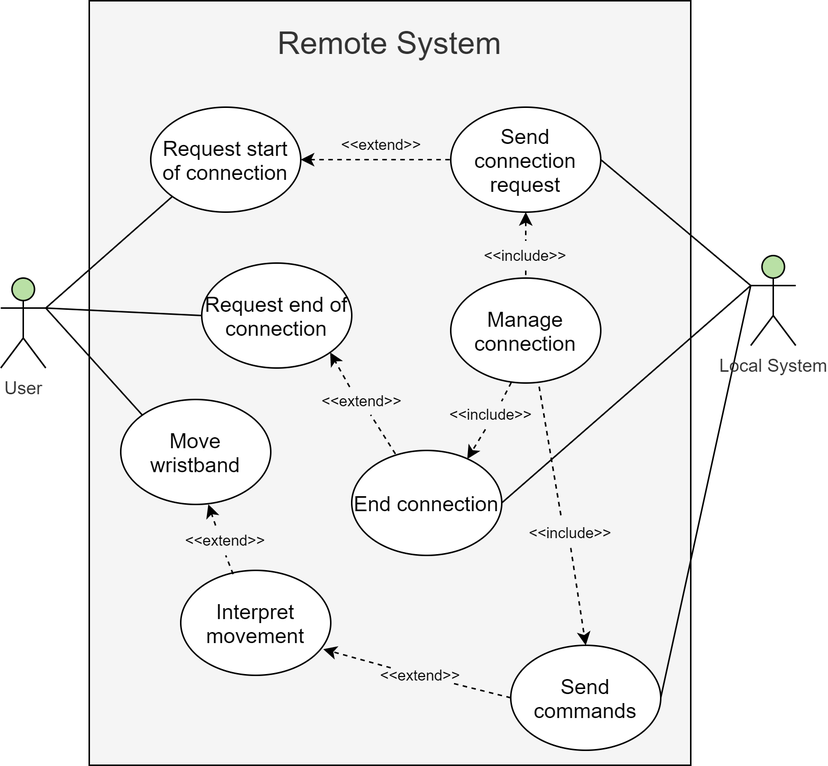
This is 2. Analysis/5. System Analysis/Remote/Use Case/use_case_remote.png from esrg-silent-howl/zephyrus, a draw.io export, as it was before one commit. Source tidied: cells renumbered, new cells last; positions are measured from the earlier drawing's top-left corner, leaving out a move shared by most shapes.
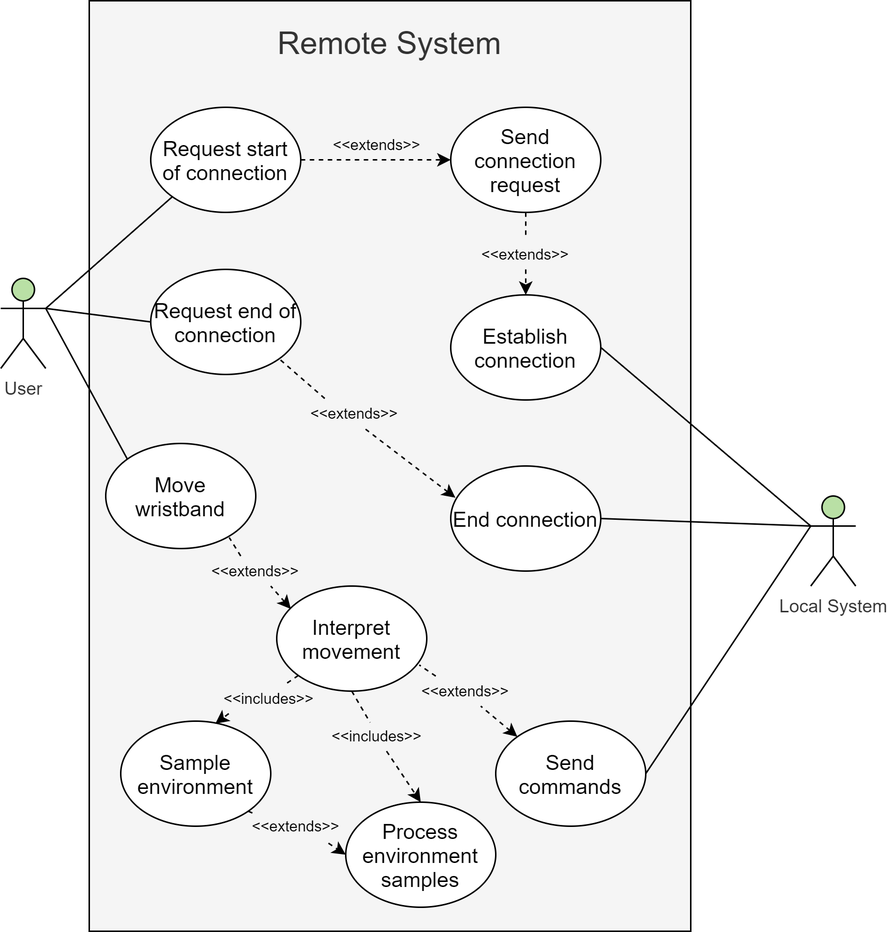
The same diagram one commit later.

Commit message:
FIX: Corrections made to the Use Case diagrams

Diff of the diagram source:
```diff
@@ -3,7 +3,7 @@
     <mxCell id="0" />
     <mxCell id="1" parent="0" />
     <mxCell id="2" value="Remote System" style="rounded=0;whiteSpace=wrap;html=1;fontSize=21;verticalAlign=top;spacingTop=9;fillColor=#f5f5f5;fontColor=#333333;" parent="1" vertex="1">
-      <mxGeometry x="59" width="401" height="510" as="geometry" />
+      <mxGeometry x="59" width="401" height="620" as="geometry" />
     </mxCell>
     <mxCell id="3" style="rounded=0;jettySize=auto;html=1;exitX=1;exitY=0.3333333333333333;exitDx=0;exitDy=0;exitPerimeter=0;fontSize=14;endArrow=none;endFill=0;entryX=0;entryY=1;entryDx=0;entryDy=0;" parent="1" edge="1" source="6" target="8">
       <mxGeometry relative="1" as="geometry" />
@@ -17,101 +17,118 @@
     <mxCell id="6" value="User" style="shape=umlActor;verticalLabelPosition=bottom;verticalAlign=top;html=1;outlineConnect=0;fontColor=#333333;fillColor=#B9E0A5;" parent="1" vertex="1">
       <mxGeometry y="185" width="30" height="60" as="geometry" />
     </mxCell>
-    <mxCell id="7" style="rounded=0;jettySize=auto;html=1;entryX=0;entryY=0.5;entryDx=0;entryDy=0;dashed=1;endArrow=none;endFill=0;startArrow=classic;startFill=1;" parent="1" edge="1" source="8" target="11">
+    <mxCell id="7" style="rounded=0;jettySize=auto;html=1;entryX=0;entryY=0.5;entryDx=0;entryDy=0;dashed=1;endArrow=classic;endFill=1;startArrow=none;startFill=0;" parent="1" edge="1" source="8" target="11">
       <mxGeometry relative="1" as="geometry" />
     </mxCell>
     <mxCell id="8" value="Request start of connection" style="ellipse;whiteSpace=wrap;html=1;fontSize=14;" parent="1" vertex="1">
       <mxGeometry x="100" y="71" width="100" height="70" as="geometry" />
     </mxCell>
-    <mxCell id="9" style="rounded=0;jettySize=auto;html=1;entryX=0.5;entryY=0;entryDx=0;entryDy=0;dashed=1;startArrow=none;startFill=0;endArrow=none;endFill=0;" parent="1" edge="1" source="21" target="14">
-      <mxGeometry relative="1" as="geometry" />
-    </mxCell>
-    <mxCell id="10" style="edgeStyle=none;rounded=0;jettySize=auto;html=1;exitX=1;exitY=0.5;exitDx=0;exitDy=0;entryX=0;entryY=0.3333333333333333;entryDx=0;entryDy=0;entryPerimeter=0;startArrow=none;startFill=0;endArrow=none;endFill=0;" parent="1" edge="1" source="11" target="18">
+    <mxCell id="10" style="edgeStyle=none;rounded=0;jettySize=auto;html=1;exitX=1;exitY=0.5;exitDx=0;exitDy=0;entryX=0;entryY=0.3333333333333333;entryDx=0;entryDy=0;entryPerimeter=0;startArrow=none;startFill=0;endArrow=none;endFill=0;" parent="1" edge="1" source="42" target="18">
       <mxGeometry relative="1" as="geometry" />
     </mxCell>
+    <mxCell id="39" style="rounded=0;jettySize=auto;html=1;entryX=0.5;entryY=0;entryDx=0;entryDy=0;dashed=1;" parent="1" edge="1" source="43" target="42">
+      <mxGeometry relative="1" as="geometry" />
+    </mxCell>
     <mxCell id="11" value="Send connection request" style="ellipse;whiteSpace=wrap;html=1;fontSize=14;" parent="1" vertex="1">
       <mxGeometry x="300" y="71" width="100" height="70" as="geometry" />
     </mxCell>
-    <mxCell id="12" style="edgeStyle=none;rounded=0;jettySize=auto;html=1;exitX=0.5;exitY=1;exitDx=0;exitDy=0;entryX=0.5;entryY=0;entryDx=0;entryDy=0;dashed=1;startArrow=none;startFill=0;endArrow=classic;endFill=1;" parent="1" edge="1" source="19" target="17">
-      <mxGeometry relative="1" as="geometry" />
-    </mxCell>
-    <mxCell id="13" style="edgeStyle=none;rounded=0;jettySize=auto;html=1;exitX=0.403;exitY=0.996;exitDx=0;exitDy=0;entryX=0.77;entryY=0.082;entryDx=0;entryDy=0;dashed=1;startArrow=none;startFill=0;endArrow=classic;endFill=1;exitPerimeter=0;entryPerimeter=0;" parent="1" edge="1" source="35" target="34">
-      <mxGeometry relative="1" as="geometry" />
-    </mxCell>
-    <mxCell id="14" value="Manage connection" style="ellipse;whiteSpace=wrap;html=1;fontSize=14;" parent="1" vertex="1">
-      <mxGeometry x="300" y="185" width="100" height="70" as="geometry" />
-    </mxCell>
     <mxCell id="15" style="edgeStyle=none;rounded=0;jettySize=auto;html=1;exitX=1;exitY=0.5;exitDx=0;exitDy=0;entryX=0;entryY=0.3333333333333333;entryDx=0;entryDy=0;entryPerimeter=0;endArrow=none;endFill=0;" parent="1" edge="1" source="17" target="18">
       <mxGeometry relative="1" as="geometry" />
     </mxCell>
-    <mxCell id="16" style="edgeStyle=none;rounded=0;jettySize=auto;html=1;exitX=0;exitY=0.25;exitDx=0;exitDy=0;entryX=0.95;entryY=0.751;entryDx=0;entryDy=0;startArrow=none;startFill=0;endArrow=classic;endFill=1;dashed=1;entryPerimeter=0;" parent="1" edge="1" source="27" target="26">
+    <mxCell id="16" style="edgeStyle=none;rounded=0;jettySize=auto;html=1;exitX=0;exitY=0;exitDx=0;exitDy=0;entryX=0.95;entryY=0.751;entryDx=0;entryDy=0;startArrow=none;startFill=0;endArrow=none;endFill=0;dashed=1;entryPerimeter=0;" parent="1" edge="1" source="27" target="26">
       <mxGeometry relative="1" as="geometry" />
     </mxCell>
     <mxCell id="17" value="Send commands" style="ellipse;whiteSpace=wrap;html=1;fontSize=14;" parent="1" vertex="1">
-      <mxGeometry x="340" y="430" width="100" height="70" as="geometry" />
+      <mxGeometry x="330" y="480" width="100" height="70" as="geometry" />
     </mxCell>
     <mxCell id="18" value="Local System" style="shape=umlActor;verticalLabelPosition=bottom;verticalAlign=top;html=1;outlineConnect=0;fontColor=#333333;fillColor=#B9E0A5;" parent="1" vertex="1">
-      <mxGeometry x="500" y="170" width="30" height="60" as="geometry" />
+      <mxGeometry x="540" y="330" width="30" height="60" as="geometry" />
     </mxCell>
-    <mxCell id="19" value="&amp;lt;&amp;lt;include&amp;gt;&amp;gt;" style="text;html=1;strokeColor=none;fillColor=none;align=center;verticalAlign=middle;whiteSpace=wrap;rounded=0;fontSize=10;rotation=0;" parent="1" vertex="1">
-      <mxGeometry x="360" y="345" width="40" height="20" as="geometry" />
-    </mxCell>
-    <mxCell id="20" style="edgeStyle=none;rounded=0;jettySize=auto;html=1;exitX=0.589;exitY=1.035;exitDx=0;exitDy=0;entryX=0.342;entryY=0;entryDx=0;entryDy=0;dashed=1;startArrow=none;startFill=0;endArrow=none;endFill=0;entryPerimeter=0;exitPerimeter=0;" parent="1" edge="1" source="14" target="19">
-      <mxGeometry relative="1" as="geometry" />
-    </mxCell>
-    <mxCell id="21" value="&amp;lt;&amp;lt;include&amp;gt;&amp;gt;" style="text;html=1;strokeColor=none;fillColor=none;align=center;verticalAlign=middle;whiteSpace=wrap;rounded=0;fontSize=10;rotation=0;" parent="1" vertex="1">
-      <mxGeometry x="330" y="160" width="40" height="20" as="geometry" />
-    </mxCell>
-    <mxCell id="22" style="rounded=0;jettySize=auto;html=1;entryX=0.5;entryY=0;entryDx=0;entryDy=0;dashed=1;startArrow=classic;startFill=1;endArrow=none;endFill=0;" parent="1" edge="1" source="11" target="21">
-      <mxGeometry relative="1" as="geometry" />
-    </mxCell>
-    <mxCell id="23" value="&amp;lt;&amp;lt;extend&amp;gt;&amp;gt;" style="text;html=1;strokeColor=none;fillColor=none;align=center;verticalAlign=middle;whiteSpace=wrap;rounded=0;fontSize=10;rotation=0;" parent="1" vertex="1">
-      <mxGeometry x="234" y="86" width="40" height="20" as="geometry" />
+    <mxCell id="23" value="&amp;lt;&amp;lt;extends&amp;gt;&amp;gt;" style="text;html=1;strokeColor=none;fillColor=none;align=center;verticalAlign=middle;whiteSpace=wrap;rounded=0;fontSize=10;rotation=0;" parent="1" vertex="1">
+      <mxGeometry x="230.5" y="86" width="40" height="20" as="geometry" />
     </mxCell>
     <mxCell id="24" value="Move wristband" style="ellipse;whiteSpace=wrap;html=1;fontSize=14;" parent="1" vertex="1">
-      <mxGeometry x="80" y="266" width="100" height="70" as="geometry" />
+      <mxGeometry x="70" y="295" width="100" height="70" as="geometry" />
     </mxCell>
-    <mxCell id="25" style="edgeStyle=none;rounded=0;jettySize=auto;html=1;exitX=0.331;exitY=0.004;exitDx=0;exitDy=0;entryX=0.584;entryY=0.999;entryDx=0;entryDy=0;entryPerimeter=0;dashed=1;startArrow=none;startFill=0;endArrow=classic;endFill=1;exitPerimeter=0;" parent="1" edge="1" source="29" target="24">
+    <mxCell id="25" style="edgeStyle=none;rounded=0;jettySize=auto;html=1;exitX=0.25;exitY=0;exitDx=0;exitDy=0;entryX=0.823;entryY=0.895;entryDx=0;entryDy=0;entryPerimeter=0;dashed=1;startArrow=none;startFill=0;endArrow=none;endFill=0;" parent="1" edge="1" source="29" target="24">
       <mxGeometry relative="1" as="geometry" />
     </mxCell>
+    <mxCell id="40" style="edgeStyle=none;rounded=0;jettySize=auto;html=1;entryX=0.5;entryY=0;entryDx=0;entryDy=0;dashed=1;startArrow=none;startFill=0;endArrow=classic;endFill=1;" parent="1" edge="1" source="48" target="47">
+      <mxGeometry relative="1" as="geometry" />
+    </mxCell>
+    <mxCell id="41" style="edgeStyle=none;rounded=0;jettySize=auto;html=1;exitX=0;exitY=1;exitDx=0;exitDy=0;entryX=0.631;entryY=0.024;entryDx=0;entryDy=0;entryPerimeter=0;dashed=1;startArrow=none;startFill=0;endArrow=classic;endFill=1;" parent="1" edge="1" source="52" target="46">
+      <mxGeometry relative="1" as="geometry" />
+    </mxCell>
     <mxCell id="26" value="Interpret movement" style="ellipse;whiteSpace=wrap;html=1;fontSize=14;" parent="1" vertex="1">
-      <mxGeometry x="120" y="380" width="100" height="70" as="geometry" />
+      <mxGeometry x="184" y="390" width="100" height="70" as="geometry" />
     </mxCell>
-    <mxCell id="27" value="&amp;lt;&amp;lt;extend&amp;gt;&amp;gt;" style="text;html=1;strokeColor=none;fillColor=none;align=center;verticalAlign=middle;whiteSpace=wrap;rounded=0;fontSize=10;rotation=0;" parent="1" vertex="1">
-      <mxGeometry x="260" y="440" width="40" height="20" as="geometry" />
+    <mxCell id="27" value="&amp;lt;&amp;lt;extends&amp;gt;&amp;gt;" style="text;html=1;strokeColor=none;fillColor=none;align=center;verticalAlign=middle;whiteSpace=wrap;rounded=0;fontSize=10;rotation=0;" parent="1" vertex="1">
+      <mxGeometry x="290" y="450" width="40" height="20" as="geometry" />
     </mxCell>
-    <mxCell id="28" style="edgeStyle=none;rounded=0;jettySize=auto;html=1;exitX=0;exitY=0.5;exitDx=0;exitDy=0;entryX=1;entryY=0.75;entryDx=0;entryDy=0;startArrow=none;startFill=0;endArrow=none;endFill=0;dashed=1;" parent="1" edge="1" source="17" target="27">
+    <mxCell id="28" style="edgeStyle=none;rounded=0;jettySize=auto;html=1;exitX=0;exitY=0;exitDx=0;exitDy=0;startArrow=classic;startFill=1;endArrow=none;endFill=0;dashed=1;entryX=0.75;entryY=1;entryDx=0;entryDy=0;" parent="1" edge="1" source="17" target="27">
       <mxGeometry relative="1" as="geometry" />
     </mxCell>
-    <mxCell id="29" value="&amp;lt;&amp;lt;extend&amp;gt;&amp;gt;" style="text;html=1;strokeColor=none;fillColor=none;align=center;verticalAlign=middle;whiteSpace=wrap;rounded=0;fontSize=10;rotation=0;" parent="1" vertex="1">
-      <mxGeometry x="130" y="350" width="40" height="20" as="geometry" />
+    <mxCell id="29" value="&amp;lt;&amp;lt;extends&amp;gt;&amp;gt;" style="text;html=1;strokeColor=none;fillColor=none;align=center;verticalAlign=middle;whiteSpace=wrap;rounded=0;fontSize=10;rotation=0;" parent="1" vertex="1">
+      <mxGeometry x="150" y="370" width="40" height="20" as="geometry" />
     </mxCell>
-    <mxCell id="30" style="edgeStyle=none;rounded=0;jettySize=auto;html=1;exitX=0.349;exitY=0.036;exitDx=0;exitDy=0;entryX=0.5;entryY=1;entryDx=0;entryDy=0;dashed=1;startArrow=none;startFill=0;endArrow=none;endFill=0;exitPerimeter=0;" parent="1" edge="1" source="26" target="29">
+    <mxCell id="30" style="edgeStyle=none;rounded=0;jettySize=auto;html=1;exitX=0.094;exitY=0.218;exitDx=0;exitDy=0;entryX=0.75;entryY=1;entryDx=0;entryDy=0;dashed=1;startArrow=classic;startFill=1;endArrow=none;endFill=0;exitPerimeter=0;" parent="1" edge="1" source="26" target="29">
       <mxGeometry relative="1" as="geometry" />
     </mxCell>
     <mxCell id="31" value="Request end of connection" style="ellipse;whiteSpace=wrap;html=1;fontSize=14;" parent="1" vertex="1">
-      <mxGeometry x="134" y="175" width="100" height="70" as="geometry" />
+      <mxGeometry x="100" y="179" width="100" height="70" as="geometry" />
     </mxCell>
-    <mxCell id="32" style="edgeStyle=none;rounded=0;jettySize=auto;html=1;exitX=0.291;exitY=0.033;exitDx=0;exitDy=0;entryX=1;entryY=1;entryDx=0;entryDy=0;startArrow=none;startFill=0;endArrow=classic;endFill=1;dashed=1;exitPerimeter=0;" parent="1" edge="1" source="37" target="31">
+    <mxCell id="32" style="edgeStyle=none;rounded=0;jettySize=auto;html=1;exitX=0;exitY=0;exitDx=0;exitDy=0;entryX=1;entryY=1;entryDx=0;entryDy=0;startArrow=none;startFill=0;endArrow=none;endFill=0;dashed=1;" parent="1" edge="1" source="37" target="31">
       <mxGeometry relative="1" as="geometry" />
     </mxCell>
     <mxCell id="33" style="edgeStyle=none;rounded=0;jettySize=auto;html=1;exitX=1;exitY=0.5;exitDx=0;exitDy=0;entryX=0;entryY=0.3333333333333333;entryDx=0;entryDy=0;entryPerimeter=0;startArrow=none;startFill=0;endArrow=none;endFill=0;" parent="1" edge="1" source="34" target="18">
       <mxGeometry relative="1" as="geometry" />
     </mxCell>
     <mxCell id="34" value="End connection" style="ellipse;whiteSpace=wrap;html=1;fontSize=14;" parent="1" vertex="1">
-      <mxGeometry x="234" y="300" width="100" height="70" as="geometry" />
+      <mxGeometry x="300" y="310" width="100" height="70" as="geometry" />
     </mxCell>
-    <mxCell id="35" value="&amp;lt;&amp;lt;include&amp;gt;&amp;gt;" style="text;html=1;strokeColor=none;fillColor=none;align=center;verticalAlign=middle;whiteSpace=wrap;rounded=0;fontSize=10;rotation=0;" parent="1" vertex="1">
-      <mxGeometry x="307" y="266" width="40" height="20" as="geometry" />
-    </mxCell>
-    <mxCell id="36" style="edgeStyle=none;rounded=0;jettySize=auto;html=1;exitX=0.403;exitY=0.996;exitDx=0;exitDy=0;entryX=0.673;entryY=0.058;entryDx=0;entryDy=0;dashed=1;startArrow=none;startFill=0;endArrow=none;endFill=0;exitPerimeter=0;entryPerimeter=0;" parent="1" edge="1" source="14" target="35">
-      <mxGeometry relative="1" as="geometry" />
-    </mxCell>
-    <mxCell id="37" value="&amp;lt;&amp;lt;extend&amp;gt;&amp;gt;" style="text;html=1;strokeColor=none;fillColor=none;align=center;verticalAlign=middle;whiteSpace=wrap;rounded=0;fontSize=10;rotation=0;" parent="1" vertex="1">
-      <mxGeometry x="221" y="257" width="40" height="20" as="geometry" />
+    <mxCell id="37" value="&amp;lt;&amp;lt;extends&amp;gt;&amp;gt;" style="text;html=1;strokeColor=none;fillColor=none;align=center;verticalAlign=middle;whiteSpace=wrap;rounded=0;fontSize=10;rotation=0;" parent="1" vertex="1">
+      <mxGeometry x="216" y="265" width="40" height="20" as="geometry" />
     </mxCell>
-    <mxCell id="38" style="edgeStyle=none;rounded=0;jettySize=auto;html=1;exitX=0.291;exitY=0.033;exitDx=0;exitDy=0;entryX=0.64;entryY=0.962;entryDx=0;entryDy=0;startArrow=none;startFill=0;endArrow=none;endFill=0;dashed=1;exitPerimeter=0;entryPerimeter=0;" parent="1" edge="1" source="34" target="37">
+    <mxCell id="38" style="edgeStyle=none;rounded=0;jettySize=auto;html=1;exitX=0.031;exitY=0.302;exitDx=0;exitDy=0;entryX=0.64;entryY=0.962;entryDx=0;entryDy=0;startArrow=classic;startFill=1;endArrow=none;endFill=0;dashed=1;exitPerimeter=0;entryPerimeter=0;" parent="1" edge="1" source="34" target="37">
       <mxGeometry relative="1" as="geometry" />
     </mxCell>
+    <mxCell id="42" value="Establish connection" style="ellipse;whiteSpace=wrap;html=1;fontSize=14;" parent="1" vertex="1">
+      <mxGeometry x="300" y="196" width="100" height="70" as="geometry" />
+    </mxCell>
+    <mxCell id="43" value="&amp;lt;&amp;lt;extends&amp;gt;&amp;gt;" style="text;html=1;strokeColor=none;fillColor=none;align=center;verticalAlign=middle;whiteSpace=wrap;rounded=0;fontSize=10;rotation=0;" parent="1" vertex="1">
+      <mxGeometry x="330" y="159" width="40" height="20" as="geometry" />
+    </mxCell>
+    <mxCell id="44" style="rounded=0;jettySize=auto;html=1;entryX=0.5;entryY=0;entryDx=0;entryDy=0;dashed=1;endArrow=none;endFill=0;" parent="1" edge="1" source="11" target="43">
+      <mxGeometry relative="1" as="geometry" />
+    </mxCell>
+    <mxCell id="45" style="edgeStyle=none;rounded=0;jettySize=auto;html=1;exitX=0.907;exitY=1.067;exitDx=0;exitDy=0;entryX=0;entryY=0.5;entryDx=0;entryDy=0;dashed=1;startArrow=none;startFill=0;endArrow=classic;endFill=1;exitPerimeter=0;" parent="1" edge="1" source="50" target="47">
+      <mxGeometry relative="1" as="geometry" />
+    </mxCell>
+    <mxCell id="46" value="Sample environment" style="ellipse;whiteSpace=wrap;html=1;fontSize=14;" parent="1" vertex="1">
+      <mxGeometry x="80" y="480" width="100" height="70" as="geometry" />
+    </mxCell>
+    <mxCell id="47" value="Process environment samples" style="ellipse;whiteSpace=wrap;html=1;fontSize=14;" parent="1" vertex="1">
+      <mxGeometry x="230" y="534" width="100" height="70" as="geometry" />
+    </mxCell>
+    <mxCell id="48" value="&amp;lt;&amp;lt;includes&amp;gt;&amp;gt;" style="text;html=1;strokeColor=none;fillColor=none;align=center;verticalAlign=middle;whiteSpace=wrap;rounded=0;fontSize=10;rotation=0;" parent="1" vertex="1">
+      <mxGeometry x="223.5" y="480" width="54" height="20" as="geometry" />
+    </mxCell>
+    <mxCell id="49" style="edgeStyle=none;rounded=0;jettySize=auto;html=1;exitX=0.5;exitY=1;exitDx=0;exitDy=0;entryX=0.421;entryY=0.044;entryDx=0;entryDy=0;dashed=1;startArrow=none;startFill=0;endArrow=none;endFill=0;entryPerimeter=0;" parent="1" edge="1" source="26" target="48">
+      <mxGeometry relative="1" as="geometry" />
+    </mxCell>
+    <mxCell id="50" value="&amp;lt;&amp;lt;extends&amp;gt;&amp;gt;" style="text;html=1;strokeColor=none;fillColor=none;align=center;verticalAlign=middle;whiteSpace=wrap;rounded=0;fontSize=10;rotation=0;" parent="1" vertex="1">
+      <mxGeometry x="169.5" y="540" width="54" height="20" as="geometry" />
+    </mxCell>
+    <mxCell id="51" style="edgeStyle=none;rounded=0;jettySize=auto;html=1;entryX=0.006;entryY=0.106;entryDx=0;entryDy=0;dashed=1;startArrow=none;startFill=0;endArrow=none;endFill=0;entryPerimeter=0;" parent="1" edge="1" target="50">
+      <mxGeometry relative="1" as="geometry">
+        <mxPoint x="165" y="540" as="sourcePoint" />
+      </mxGeometry>
+    </mxCell>
+    <mxCell id="52" value="&amp;lt;&amp;lt;includes&amp;gt;&amp;gt;" style="text;html=1;strokeColor=none;fillColor=none;align=center;verticalAlign=middle;whiteSpace=wrap;rounded=0;fontSize=10;rotation=0;" parent="1" vertex="1">
+      <mxGeometry x="152" y="455" width="54" height="20" as="geometry" />
+    </mxCell>
+    <mxCell id="53" style="edgeStyle=none;rounded=0;jettySize=auto;html=1;exitX=0;exitY=1;exitDx=0;exitDy=0;entryX=0.704;entryY=0.01;entryDx=0;entryDy=0;entryPerimeter=0;dashed=1;startArrow=none;startFill=0;endArrow=none;endFill=0;" parent="1" edge="1" source="26" target="52">
+      <mxGeometry relative="1" as="geometry" />
+    </mxCell>
   </root>
 </mxGraphModel>
```
